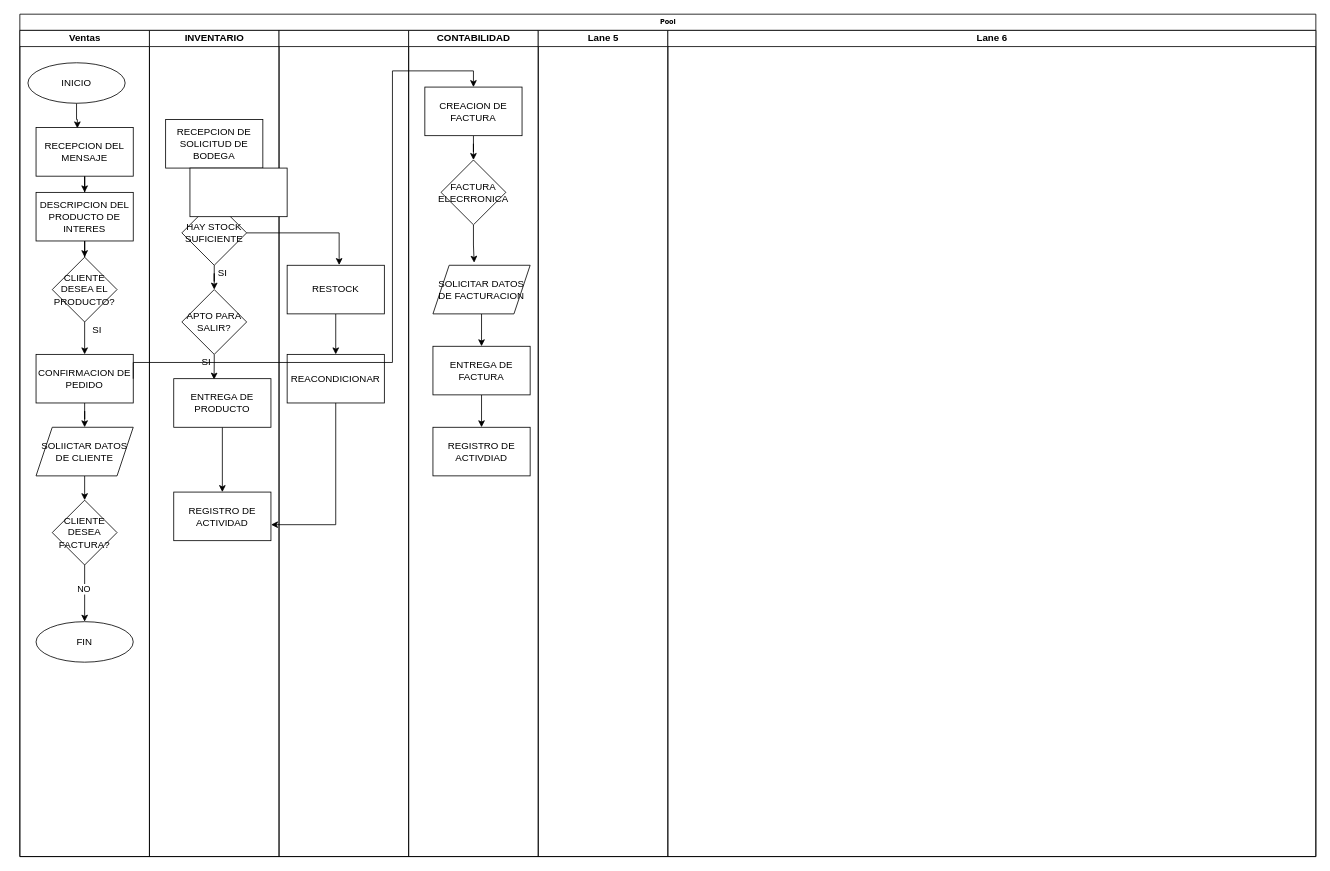
pepitojr/Edutek-Repo-Disenos keeps this draw.io diagram as Untitled Diagram.drawio. Above is the earlier version. Source tidied: cells renumbered, new cells numbered last; positions are measured from the earlier drawing's top-left corner, leaving out a move shared by most shapes. Both pictures are drawn from the tidied source at 81%, with x=0, y=0 at pixel (19, 14).
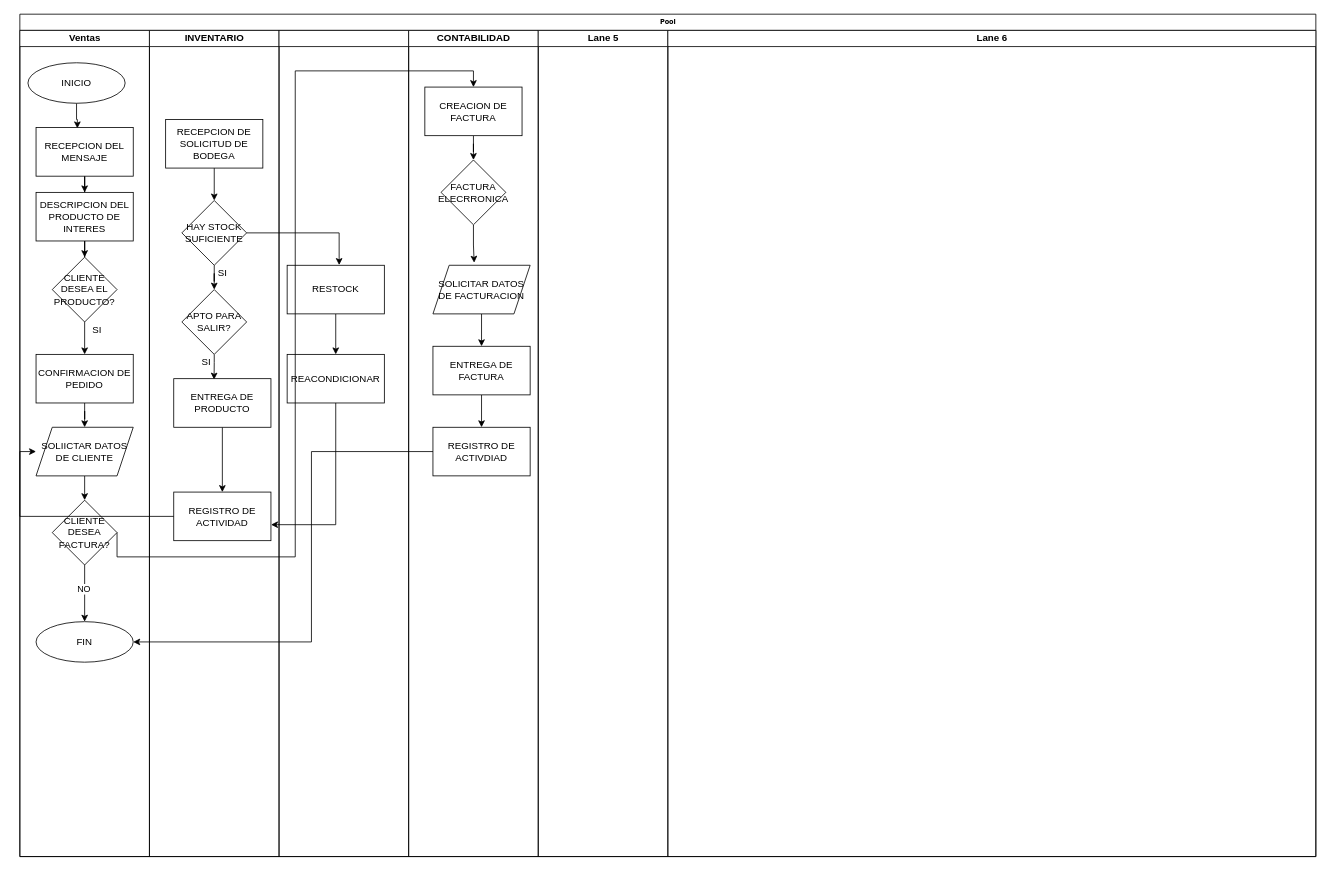
Above is the later version.

The change refers to these unchanged cells:
```xml
<mxCell id="2" value="Pool" style="swimlane;html=1;startSize=20;rounded=0;shadow=0;labelBackgroundColor=none;strokeWidth=1;fontFamily=Verdana;fontSize=8;align=center;" parent="1" vertex="1">
  <mxGeometry width="1600" height="1040" as="geometry" />
</mxCell>
<mxCell id="6" value="FIN" style="ellipse;whiteSpace=wrap;html=1;" parent="3" vertex="1">
  <mxGeometry x="20" y="730" width="120" height="50" as="geometry" />
</mxCell>
<mxCell id="12" value="CONFIRMACION DE PEDIDO" style="rounded=0;whiteSpace=wrap;html=1;" parent="3" vertex="1">
  <mxGeometry x="20" y="400" width="120" height="60" as="geometry" />
</mxCell>
<mxCell id="16" value="SOLIICTAR DATOS DE CLIENTE" style="shape=parallelogram;perimeter=parallelogramPerimeter;whiteSpace=wrap;html=1;fixedSize=1;" parent="3" vertex="1">
  <mxGeometry x="20" y="490" width="120" height="60" as="geometry" />
</mxCell>
<mxCell id="20" value="CLIENTE DESEA FACTURA?" style="rhombus;whiteSpace=wrap;html=1;" parent="3" vertex="1">
  <mxGeometry x="40" y="580" width="80" height="80" as="geometry" />
</mxCell>
<mxCell id="30" value="REGISTRO DE ACTIVIDAD" style="rounded=0;whiteSpace=wrap;html=1;" parent="21" vertex="1">
  <mxGeometry x="30" y="570" width="120" height="60" as="geometry" />
</mxCell>
<mxCell id="38" value="CREACION DE FACTURA" style="rounded=0;whiteSpace=wrap;html=1;" parent="36" vertex="1">
  <mxGeometry x="20" y="70" width="120" height="60" as="geometry" />
</mxCell>
<mxCell id="45" value="REGISTRO DE ACTIVDIAD" style="rounded=0;whiteSpace=wrap;html=1;" parent="36" vertex="1">
  <mxGeometry x="30" y="490" width="120" height="60" as="geometry" />
</mxCell>
```

The edit, as a diff of the source:
```diff
@@
-    <mxCell id="50" style="edgeStyle=orthogonalEdgeStyle;rounded=0;jettySize=auto;html=1;exitX=1;exitY=0.5;exitDx=0;exitDy=0;entryX=0.5;entryY=0;entryDx=0;entryDy=0;" parent="2" edge="1" source="12" target="38">
-      <mxGeometry relative="1" as="geometry">
-        <Array as="points">
-          <mxPoint x="140" y="430" />
-          <mxPoint x="460" y="430" />
-          <mxPoint x="460" y="70" />
-          <mxPoint x="560" y="70" />
-        </Array>
-      </mxGeometry>
-    </mxCell>
+    <mxCell id="53" style="edgeStyle=orthogonalEdgeStyle;rounded=0;jettySize=auto;html=1;exitX=1;exitY=0.5;exitDx=0;exitDy=0;entryX=0.5;entryY=0;entryDx=0;entryDy=0;" parent="2" edge="1" source="20" target="38">
+      <mxGeometry relative="1" as="geometry">
+        <Array as="points">
+          <mxPoint x="120" y="670" />
+          <mxPoint x="340" y="670" />
+          <mxPoint x="340" y="70" />
+          <mxPoint x="560" y="70" />
+        </Array>
+      </mxGeometry>
+    </mxCell>
+    <mxCell id="54" style="edgeStyle=orthogonalEdgeStyle;rounded=0;jettySize=auto;html=1;entryX=0;entryY=0.5;entryDx=0;entryDy=0;entryPerimeter=0;" parent="2" edge="1" source="30" target="16">
+      <mxGeometry relative="1" as="geometry" />
+    </mxCell>
+    <mxCell id="55" style="edgeStyle=orthogonalEdgeStyle;rounded=0;jettySize=auto;html=1;entryX=1;entryY=0.5;entryDx=0;entryDy=0;" parent="2" edge="1" source="45" target="6">
+      <mxGeometry relative="1" as="geometry">
+        <Array as="points">
+          <mxPoint x="360" y="540" />
+          <mxPoint x="360" y="775" />
+        </Array>
+      </mxGeometry>
+    </mxCell>
@@
-    <mxCell id="52" style="rounded=0;whiteSpace=wrap;html=1;" parent="1" vertex="1">
-      <mxGeometry x="210" y="190" width="120" height="60" as="geometry" />
-    </mxCell>
```
